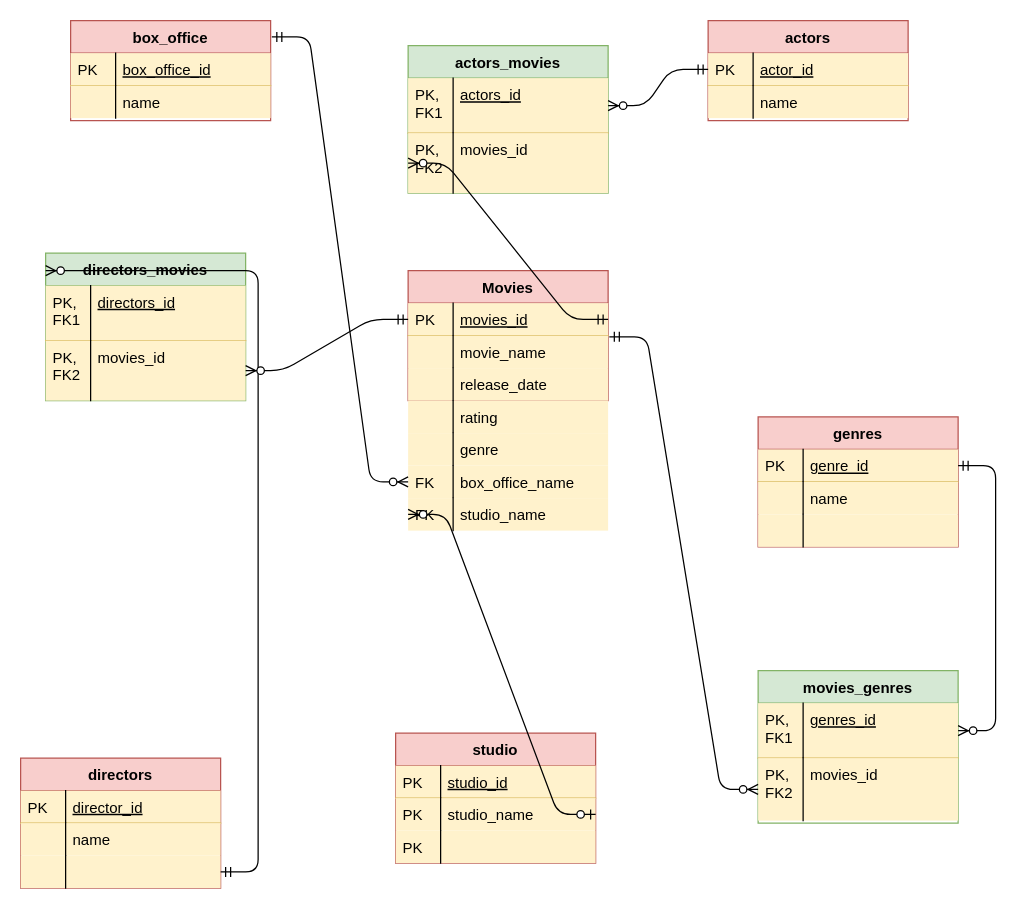
JustinasK97/Database2020 keeps this draw.io diagram as database.drawio. Above is the earlier version. Source tidied: cells renumbered, new cells numbered last; positions are measured from the earlier drawing's top-left corner, leaving out a move shared by most shapes. Both pictures are drawn from the tidied source at 125%, with x=0, y=0 at pixel (20, 20).
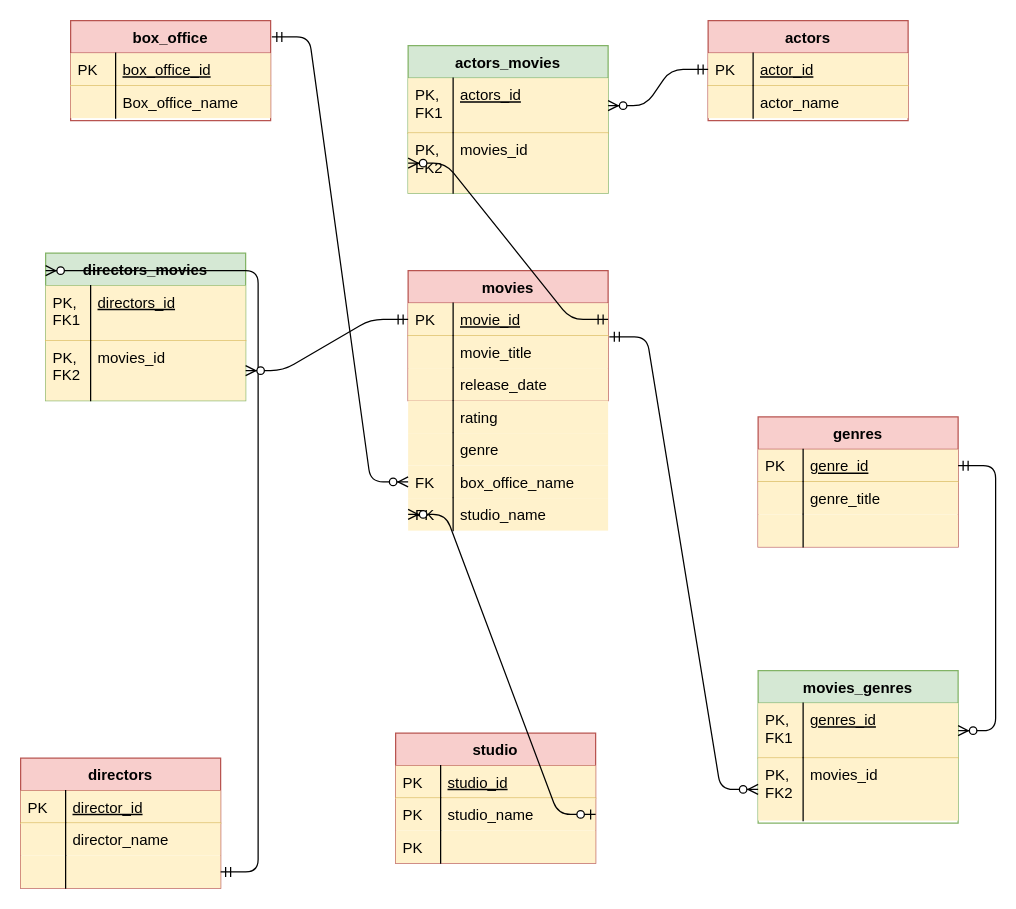
The same page after the edit.

Unchanged cells that the change refers to:
```xml
<mxCell id="2" value="directors" style="swimlane;fontStyle=1;horizontal=1;startSize=26;rounded=0;shadow=0;strokeWidth=1;fillColor=#f8cecc;strokeColor=#b85450;" parent="1" vertex="1">
  <mxGeometry y="590" width="160" height="104" as="geometry" />
</mxCell>
<mxCell id="16" value="actors" style="swimlane;fontStyle=1;horizontal=1;startSize=26;rounded=0;shadow=0;strokeWidth=1;fillColor=#f8cecc;strokeColor=#b85450;" parent="1" vertex="1">
  <mxGeometry x="550" width="160" height="80" as="geometry" />
</mxCell>
<mxCell id="21" value="genres" style="swimlane;fontStyle=1;horizontal=1;startSize=26;rounded=0;shadow=0;strokeWidth=1;fillColor=#f8cecc;strokeColor=#b85450;" parent="1" vertex="1">
  <mxGeometry x="590" y="317" width="160" height="104" as="geometry" />
</mxCell>
<mxCell id="35" value="box_office" style="swimlane;fontStyle=1;horizontal=1;startSize=26;rounded=0;shadow=0;strokeWidth=1;fillColor=#f8cecc;strokeColor=#b85450;" parent="1" vertex="1">
  <mxGeometry x="40" width="160" height="80" as="geometry" />
</mxCell>
```

The edit, as a diff of the source:
```diff
@@
-    <mxCell id="5" value="name" style="shape=partialRectangle;top=0;left=0;right=0;bottom=0;align=left;verticalAlign=top;fillColor=#fff2cc;spacingLeft=40;spacingRight=4;overflow=hidden;rounded=0;shadow=0;strokeWidth=1;strokeColor=#d6b656;" parent="2" vertex="1">
+    <mxCell id="5" value="director_name" style="shape=partialRectangle;top=0;left=0;right=0;bottom=0;align=left;verticalAlign=top;fillColor=#fff2cc;spacingLeft=40;spacingRight=4;overflow=hidden;rounded=0;shadow=0;strokeWidth=1;strokeColor=#d6b656;" parent="2" vertex="1">
       <mxGeometry y="52" width="160" height="26" as="geometry" />
     </mxCell>
@@
-    <mxCell id="19" value="name" style="shape=partialRectangle;top=0;left=0;right=0;bottom=0;align=left;verticalAlign=top;fillColor=#fff2cc;spacingLeft=40;spacingRight=4;overflow=hidden;rounded=0;shadow=0;strokeWidth=1;strokeColor=#d6b656;" parent="16" vertex="1">
+    <mxCell id="19" value="actor_name" style="shape=partialRectangle;top=0;left=0;right=0;bottom=0;align=left;verticalAlign=top;fillColor=#fff2cc;spacingLeft=40;spacingRight=4;overflow=hidden;rounded=0;shadow=0;strokeWidth=1;strokeColor=#d6b656;" parent="16" vertex="1">
       <mxGeometry y="52" width="160" height="26" as="geometry" />
     </mxCell>
@@
-    <mxCell id="24" value="name" style="shape=partialRectangle;top=0;left=0;right=0;bottom=0;align=left;verticalAlign=top;fillColor=#fff2cc;spacingLeft=40;spacingRight=4;overflow=hidden;rounded=0;shadow=0;strokeWidth=1;strokeColor=#d6b656;" parent="21" vertex="1">
+    <mxCell id="24" value="genre_title" style="shape=partialRectangle;top=0;left=0;right=0;bottom=0;align=left;verticalAlign=top;fillColor=#fff2cc;spacingLeft=40;spacingRight=4;overflow=hidden;rounded=0;shadow=0;strokeWidth=1;strokeColor=#d6b656;" parent="21" vertex="1">
       <mxGeometry y="52" width="160" height="26" as="geometry" />
     </mxCell>
@@
-    <mxCell id="28" value="Movies" style="swimlane;fontStyle=1;horizontal=1;startSize=26;rounded=0;shadow=0;strokeWidth=1;fillColor=#f8cecc;strokeColor=#b85450;" parent="1" vertex="1">
+    <mxCell id="28" value="movies" style="swimlane;fontStyle=1;horizontal=1;startSize=26;rounded=0;shadow=0;strokeWidth=1;fillColor=#f8cecc;strokeColor=#b85450;" parent="1" vertex="1">
       <mxGeometry x="310" y="200" width="160" height="104" as="geometry" />
     </mxCell>
-    <mxCell id="29" value="movies_id" style="shape=partialRectangle;top=0;left=0;right=0;bottom=1;align=left;verticalAlign=top;fillColor=#fff2cc;spacingLeft=40;spacingRight=4;overflow=hidden;points=[[0,0.5],[1,0.5]];portConstraint=eastwest;rounded=0;shadow=0;strokeWidth=1;fontStyle=4;strokeColor=#d6b656;" parent="28" vertex="1">
+    <mxCell id="29" value="movie_id" style="shape=partialRectangle;top=0;left=0;right=0;bottom=1;align=left;verticalAlign=top;fillColor=#fff2cc;spacingLeft=40;spacingRight=4;overflow=hidden;points=[[0,0.5],[1,0.5]];portConstraint=eastwest;rounded=0;shadow=0;strokeWidth=1;fontStyle=4;strokeColor=#d6b656;" parent="28" vertex="1">
       <mxGeometry y="26" width="160" height="26" as="geometry" />
     </mxCell>
@@
-    <mxCell id="31" value="movie_name" style="shape=partialRectangle;top=0;left=0;right=0;bottom=0;align=left;verticalAlign=top;fillColor=#fff2cc;spacingLeft=40;spacingRight=4;overflow=hidden;rounded=0;shadow=0;strokeWidth=1;strokeColor=#d6b656;" parent="28" vertex="1">
+    <mxCell id="31" value="movie_title" style="shape=partialRectangle;top=0;left=0;right=0;bottom=0;align=left;verticalAlign=top;fillColor=#fff2cc;spacingLeft=40;spacingRight=4;overflow=hidden;rounded=0;shadow=0;strokeWidth=1;strokeColor=#d6b656;" parent="28" vertex="1">
       <mxGeometry y="52" width="160" height="26" as="geometry" />
     </mxCell>
@@
-    <mxCell id="38" value="name" style="shape=partialRectangle;top=0;left=0;right=0;bottom=0;align=left;verticalAlign=top;fillColor=#fff2cc;spacingLeft=40;spacingRight=4;overflow=hidden;rounded=0;shadow=0;strokeWidth=1;strokeColor=#d6b656;" parent="35" vertex="1">
+    <mxCell id="38" value="Box_office_name" style="shape=partialRectangle;top=0;left=0;right=0;bottom=0;align=left;verticalAlign=top;fillColor=#fff2cc;spacingLeft=40;spacingRight=4;overflow=hidden;rounded=0;shadow=0;strokeWidth=1;strokeColor=#d6b656;" parent="35" vertex="1">
       <mxGeometry y="52" width="160" height="26" as="geometry" />
     </mxCell>
```
